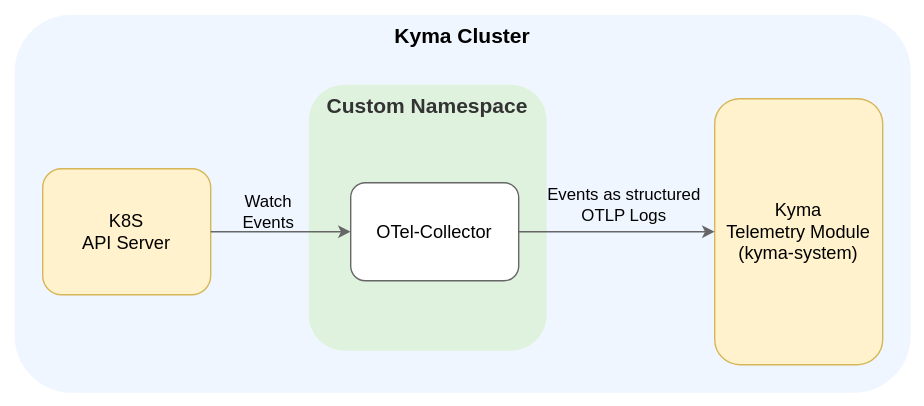
Above: docs/user/integration/assets/k8s-events.drawio.svg in kyma-project/telemetry-manager (draw.io), before the change. Source tidied: cells renumbered, new cells last; positions are measured from the earlier drawing's top-left corner, leaving out a move shared by most shapes.
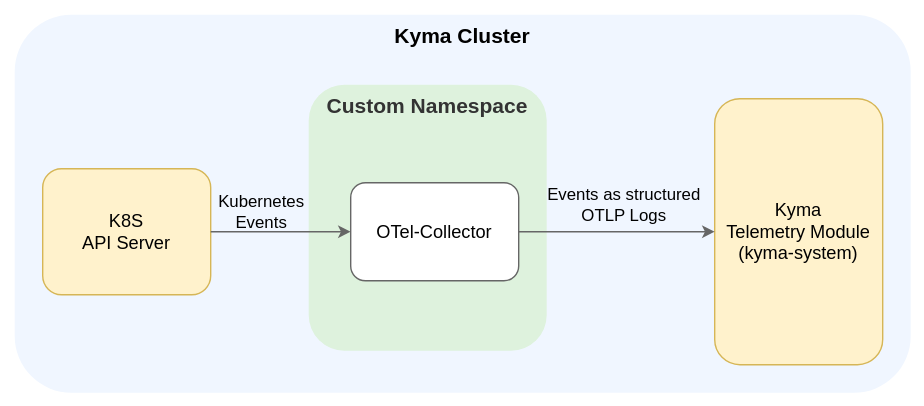
After the change.

Diff of the diagram source:
```diff
@@ -36,9 +36,9 @@
     <mxCell id="11" style="edgeStyle=none;rounded=1;jettySize=auto;html=1;exitX=0;exitY=0.5;exitDx=0;exitDy=0;strokeColor=#666666;entryX=1;entryY=0.5;entryDx=0;entryDy=0;startArrow=classic;startFill=1;endArrow=none;endFill=0;" parent="1" edge="1" source="7" target="10">
       <mxGeometry relative="1" as="geometry" />
     </mxCell>
-    <mxCell id="12" value="Watch&lt;br&gt;Events" style="edgeLabel;html=1;align=center;verticalAlign=middle;labelBackgroundColor=none;fontStyle=0;fontSize=12;fontColor=#000000;" parent="11" vertex="1">
+    <mxCell id="12" value="Kubernetes&lt;br&gt;Events" style="edgeLabel;html=1;align=center;verticalAlign=middle;labelBackgroundColor=none;fontStyle=0;fontSize=12;fontColor=#000000;" parent="11" vertex="1">
       <mxGeometry x="-0.29" y="2" relative="1" as="geometry">
-        <mxPoint x="-25" y="-17" as="offset" />
+        <mxPoint x="-30" y="-17" as="offset" />
       </mxGeometry>
     </mxCell>
   </root>
```
